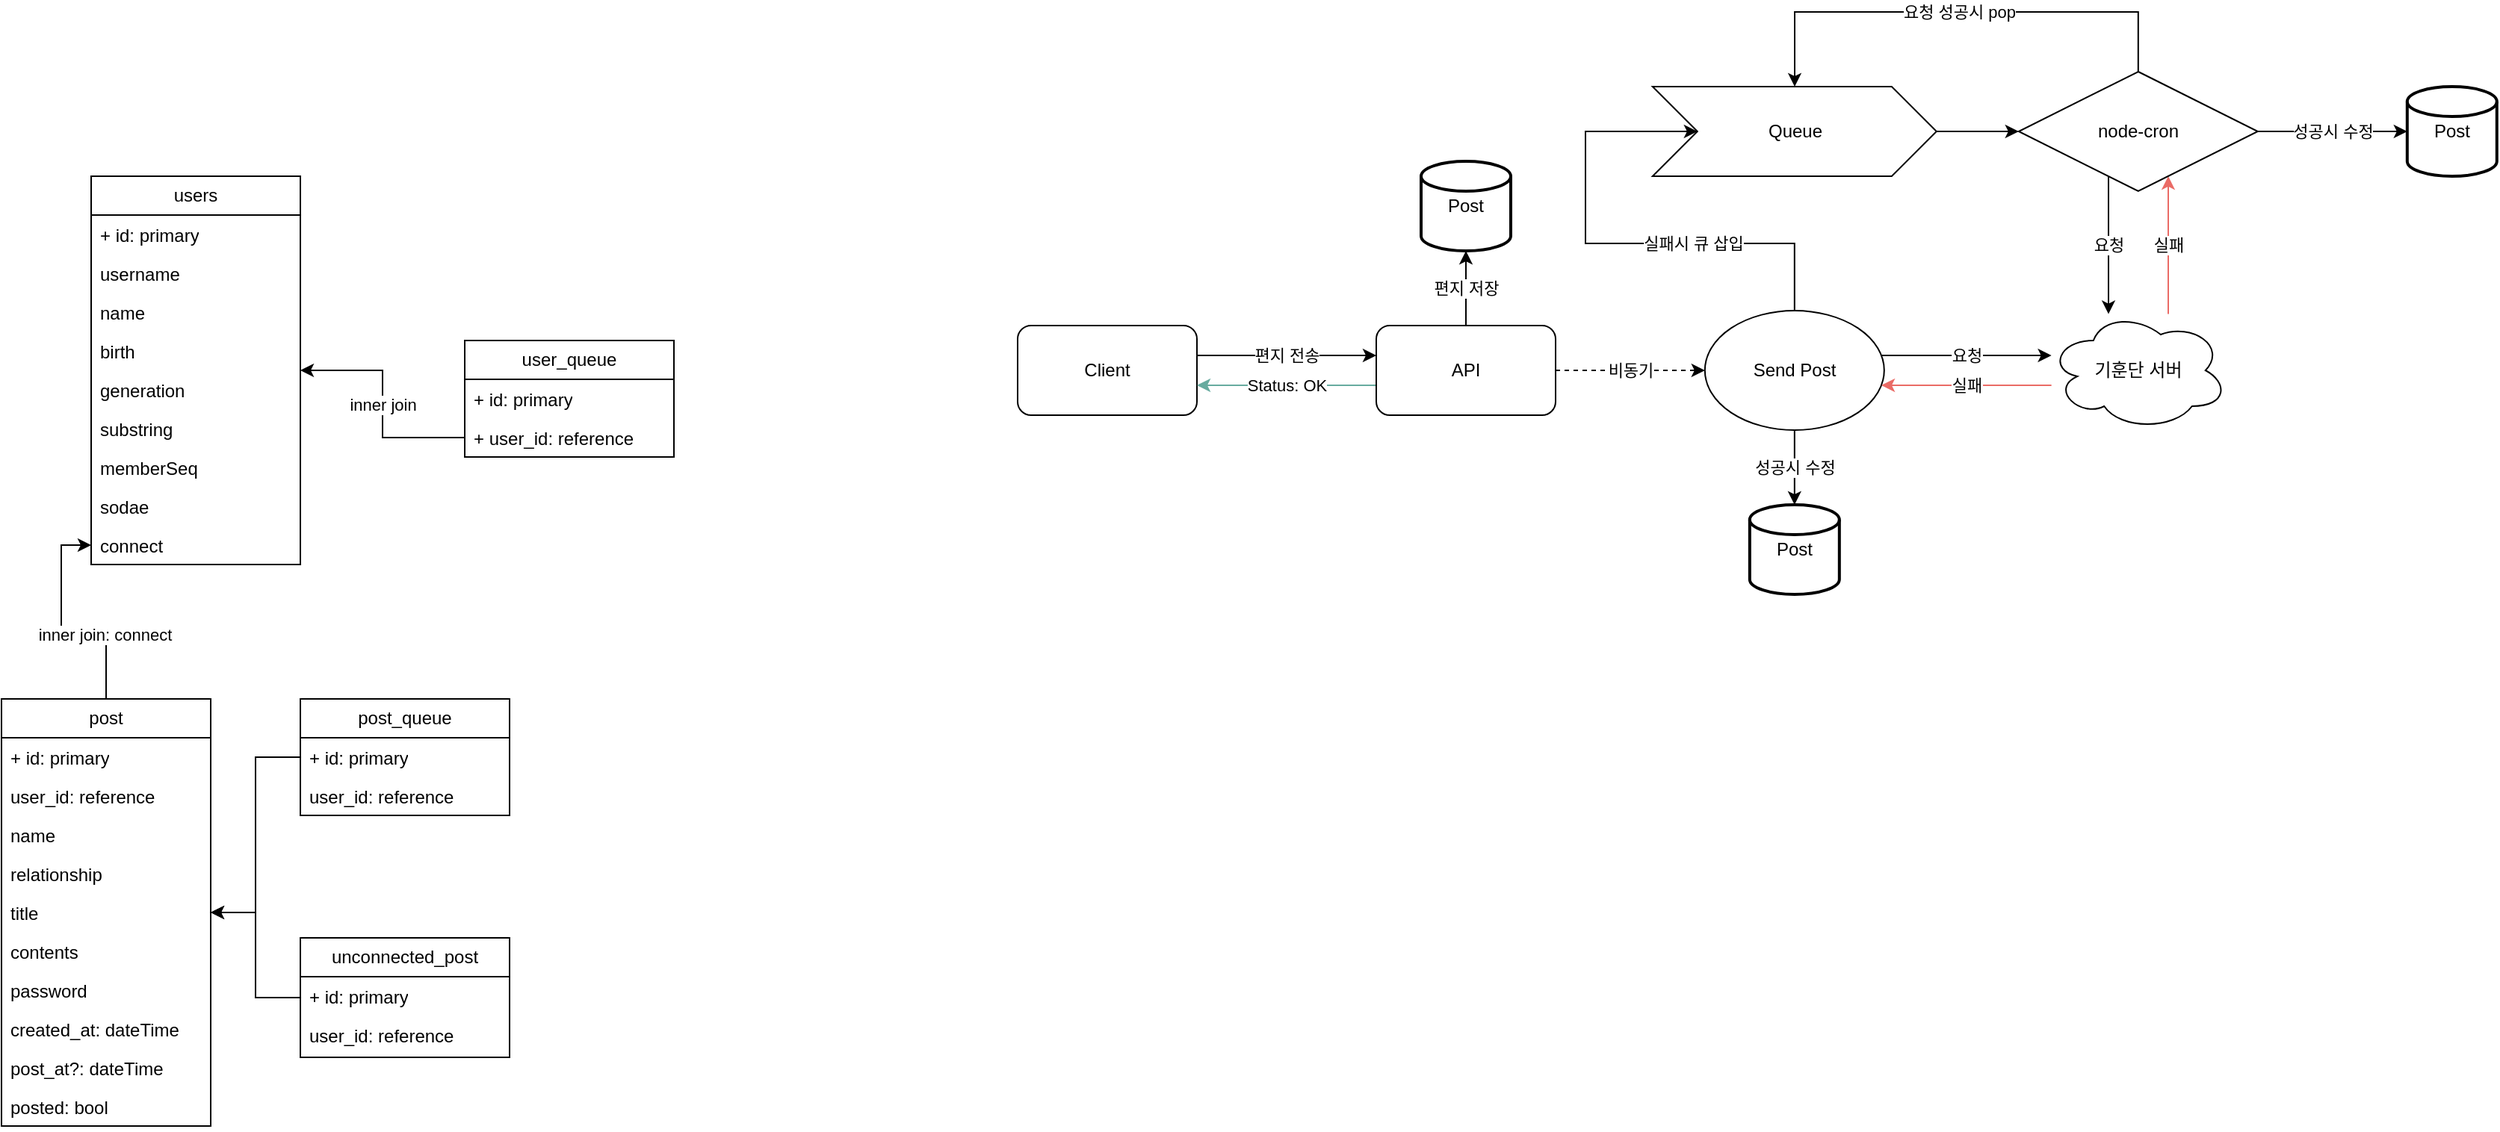
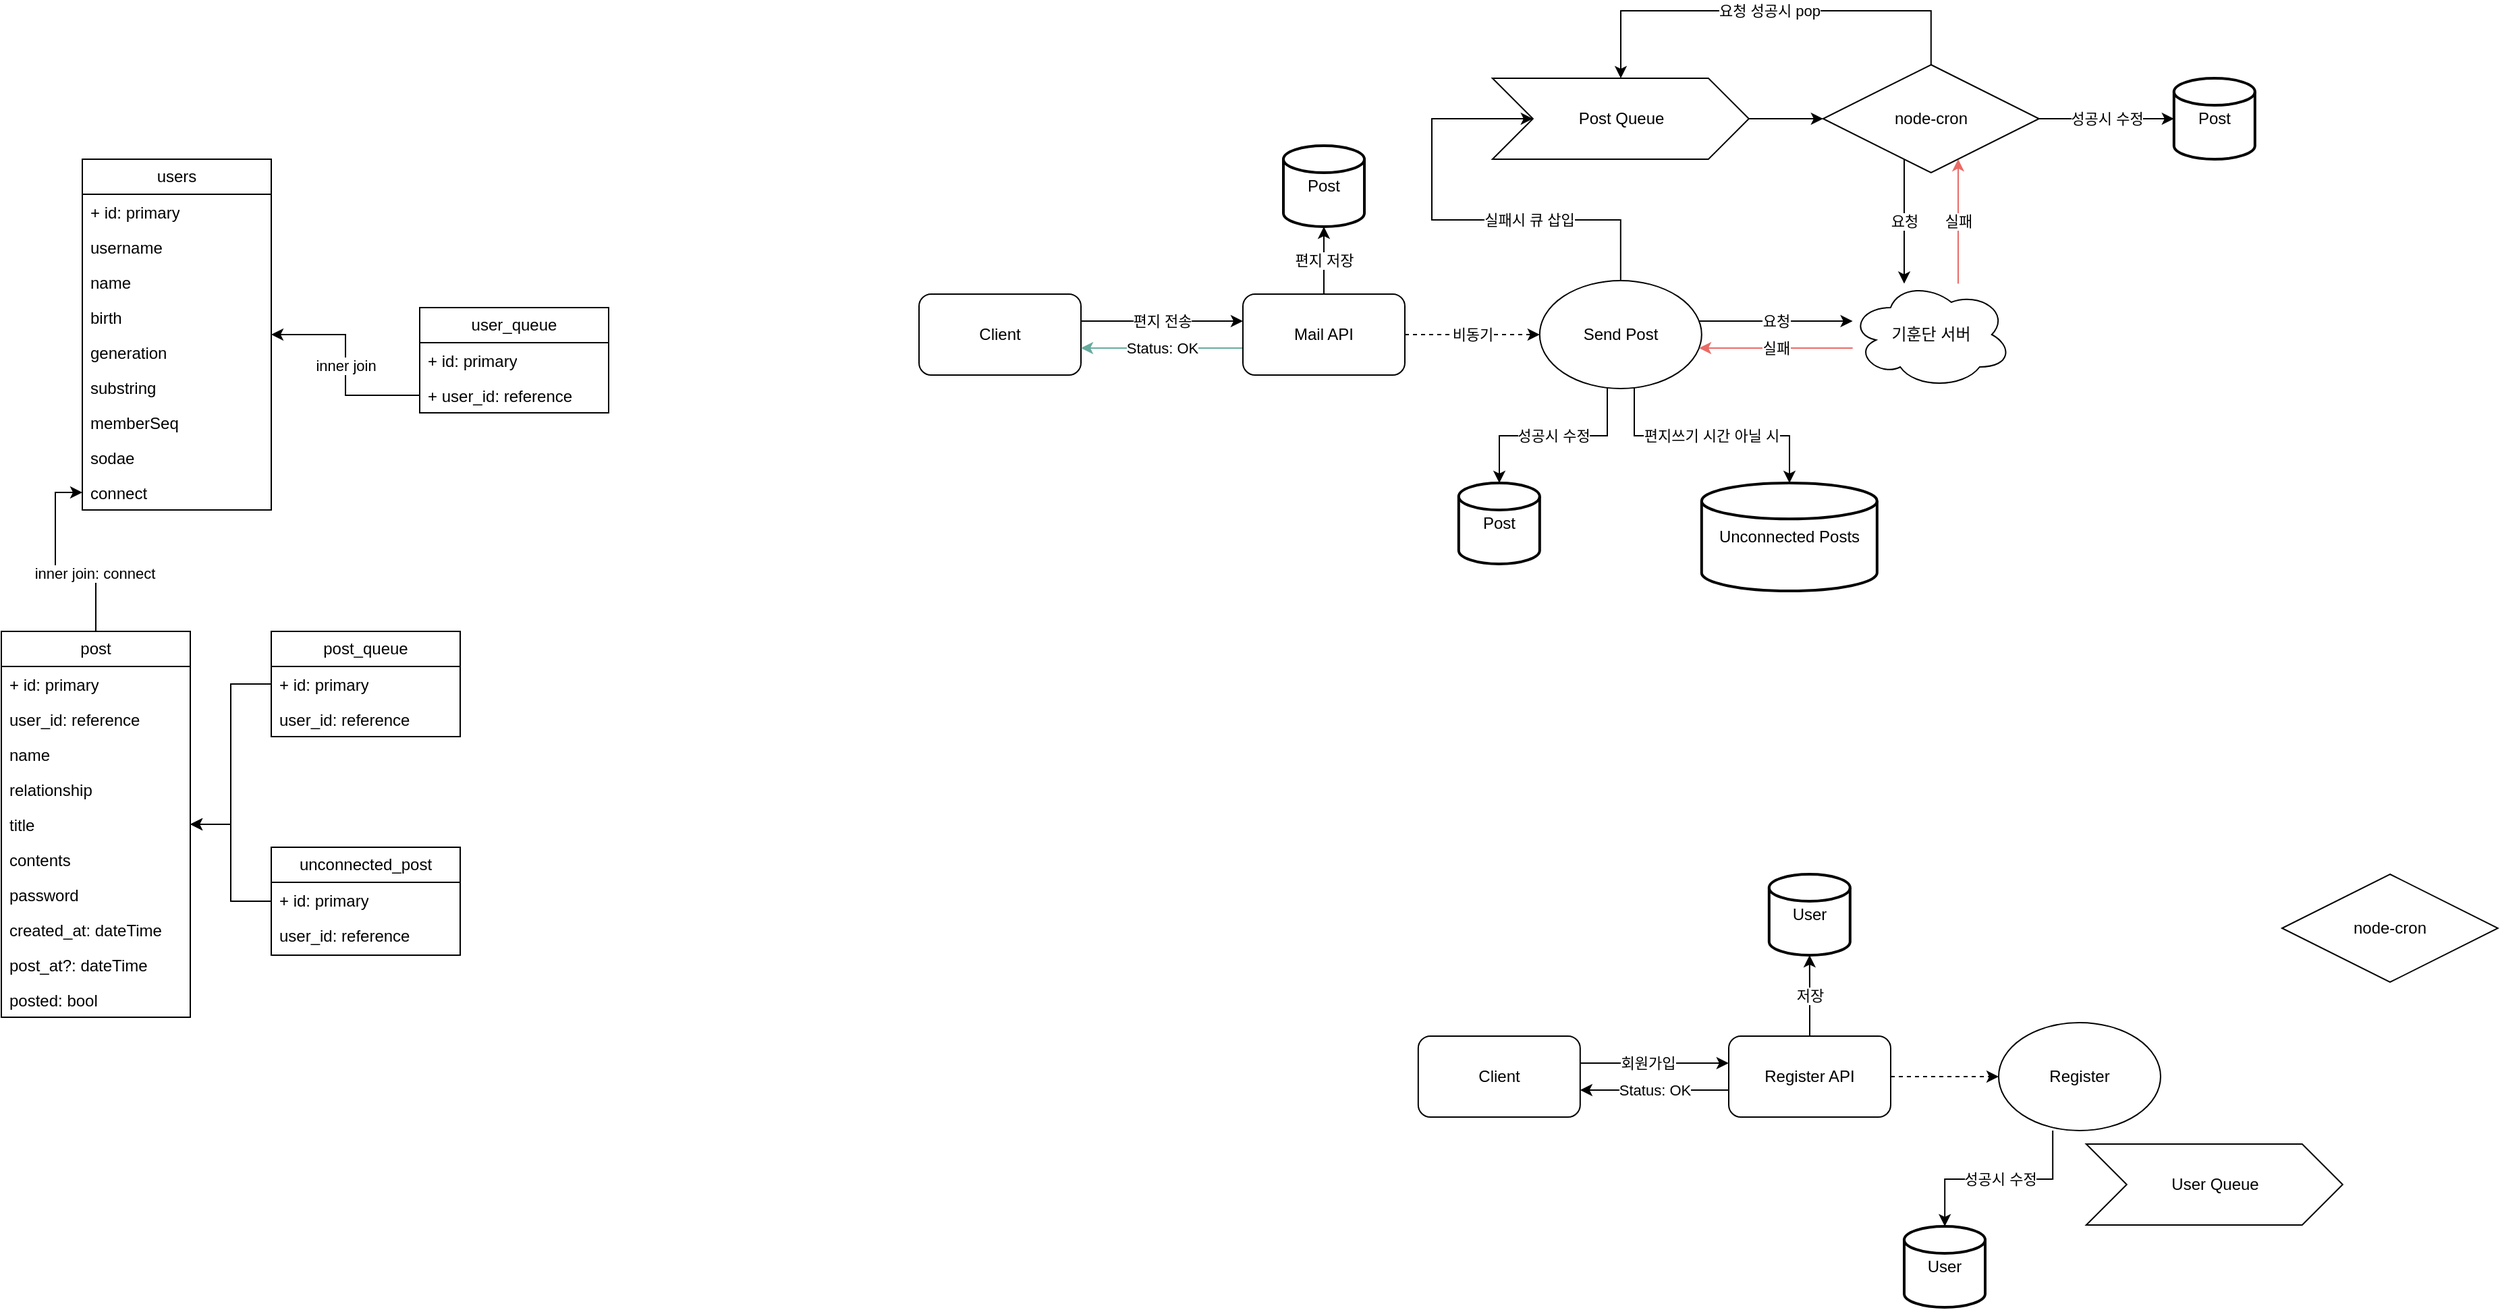
- <mxfile host="app.diagrams.net" modified="2024-04-08T14:29:32.790Z" agent="Mozilla/5.0 (X11; Linux x86_64) AppleWebKit/537.36 (KHTML, like Gecko) Chrome/109.0.0.0 Safari/537.36" etag="EEj_3m9puOMdSXRLdxun" version="24.2.2" type="github">
+ <mxfile host="app.diagrams.net" modified="2024-04-08T14:36:32.061Z" agent="Mozilla/5.0 (X11; Linux x86_64) AppleWebKit/537.36 (KHTML, like Gecko) Chrome/109.0.0.0 Safari/537.36" etag="P0kEHfpWWUKo5fZqViwO" version="24.2.2" type="github">
  <diagram name="페이지-1" id="YYIqQqlZSumYDMB_ZiYN">
-     <mxGraphModel dx="1195" dy="647" grid="1" gridSize="10" guides="1" tooltips="1" connect="1" arrows="1" fold="1" page="1" pageScale="1" pageWidth="827" pageHeight="1169" math="0" shadow="0">
+     <mxGraphModel dx="1434" dy="776" grid="1" gridSize="10" guides="1" tooltips="1" connect="1" arrows="1" fold="1" page="1" pageScale="1" pageWidth="827" pageHeight="1169" math="0" shadow="0">
      <root>
        <mxCell id="0" />
        <mxCell id="1" parent="0" />
        <mxCell id="AZsRamwOxZUp80OkMe_C-2" value="users" style="swimlane;fontStyle=0;childLayout=stackLayout;horizontal=1;startSize=26;fillColor=none;horizontalStack=0;resizeParent=1;resizeParentMax=0;resizeLast=0;collapsible=1;marginBottom=0;whiteSpace=wrap;html=1;" parent="1" vertex="1">
          <mxGeometry x="140" y="250" width="140" height="260" as="geometry" />
        </mxCell>
        <mxCell id="AZsRamwOxZUp80OkMe_C-3" value="+ id: primary" style="text;strokeColor=none;fillColor=none;align=left;verticalAlign=top;spacingLeft=4;spacingRight=4;overflow=hidden;rotatable=0;points=[[0,0.5],[1,0.5]];portConstraint=eastwest;whiteSpace=wrap;html=1;" parent="AZsRamwOxZUp80OkMe_C-2" vertex="1">
          <mxGeometry y="26" width="140" height="26" as="geometry" />
        </mxCell>
        <mxCell id="AZsRamwOxZUp80OkMe_C-4" value="username" style="text;strokeColor=none;fillColor=none;align=left;verticalAlign=top;spacingLeft=4;spacingRight=4;overflow=hidden;rotatable=0;points=[[0,0.5],[1,0.5]];portConstraint=eastwest;whiteSpace=wrap;html=1;" parent="AZsRamwOxZUp80OkMe_C-2" vertex="1">
          <mxGeometry y="52" width="140" height="26" as="geometry" />
        </mxCell>
        <mxCell id="AZsRamwOxZUp80OkMe_C-5" value="name" style="text;strokeColor=none;fillColor=none;align=left;verticalAlign=top;spacingLeft=4;spacingRight=4;overflow=hidden;rotatable=0;points=[[0,0.5],[1,0.5]];portConstraint=eastwest;whiteSpace=wrap;html=1;" parent="AZsRamwOxZUp80OkMe_C-2" vertex="1">
          <mxGeometry y="78" width="140" height="26" as="geometry" />
        </mxCell>
        <mxCell id="AZsRamwOxZUp80OkMe_C-10" value="birth" style="text;strokeColor=none;fillColor=none;align=left;verticalAlign=top;spacingLeft=4;spacingRight=4;overflow=hidden;rotatable=0;points=[[0,0.5],[1,0.5]];portConstraint=eastwest;whiteSpace=wrap;html=1;" parent="AZsRamwOxZUp80OkMe_C-2" vertex="1">
          <mxGeometry y="104" width="140" height="26" as="geometry" />
        </mxCell>
        <mxCell id="AZsRamwOxZUp80OkMe_C-11" value="generation" style="text;strokeColor=none;fillColor=none;align=left;verticalAlign=top;spacingLeft=4;spacingRight=4;overflow=hidden;rotatable=0;points=[[0,0.5],[1,0.5]];portConstraint=eastwest;whiteSpace=wrap;html=1;" parent="AZsRamwOxZUp80OkMe_C-2" vertex="1">
          <mxGeometry y="130" width="140" height="26" as="geometry" />
        </mxCell>
        <mxCell id="AZsRamwOxZUp80OkMe_C-12" value="substring" style="text;strokeColor=none;fillColor=none;align=left;verticalAlign=top;spacingLeft=4;spacingRight=4;overflow=hidden;rotatable=0;points=[[0,0.5],[1,0.5]];portConstraint=eastwest;whiteSpace=wrap;html=1;" parent="AZsRamwOxZUp80OkMe_C-2" vertex="1">
          <mxGeometry y="156" width="140" height="26" as="geometry" />
        </mxCell>
        <mxCell id="AZsRamwOxZUp80OkMe_C-15" value="memberSeq" style="text;strokeColor=none;fillColor=none;align=left;verticalAlign=top;spacingLeft=4;spacingRight=4;overflow=hidden;rotatable=0;points=[[0,0.5],[1,0.5]];portConstraint=eastwest;whiteSpace=wrap;html=1;" parent="AZsRamwOxZUp80OkMe_C-2" vertex="1">
          <mxGeometry y="182" width="140" height="26" as="geometry" />
        </mxCell>
        <mxCell id="AZsRamwOxZUp80OkMe_C-14" value="sodae" style="text;strokeColor=none;fillColor=none;align=left;verticalAlign=top;spacingLeft=4;spacingRight=4;overflow=hidden;rotatable=0;points=[[0,0.5],[1,0.5]];portConstraint=eastwest;whiteSpace=wrap;html=1;" parent="AZsRamwOxZUp80OkMe_C-2" vertex="1">
          <mxGeometry y="208" width="140" height="26" as="geometry" />
        </mxCell>
        <mxCell id="AZsRamwOxZUp80OkMe_C-16" value="connect" style="text;strokeColor=none;fillColor=none;align=left;verticalAlign=top;spacingLeft=4;spacingRight=4;overflow=hidden;rotatable=0;points=[[0,0.5],[1,0.5]];portConstraint=eastwest;whiteSpace=wrap;html=1;" parent="AZsRamwOxZUp80OkMe_C-2" vertex="1">
          <mxGeometry y="234" width="140" height="26" as="geometry" />
        </mxCell>
        <mxCell id="AZsRamwOxZUp80OkMe_C-6" value="user_queue" style="swimlane;fontStyle=0;childLayout=stackLayout;horizontal=1;startSize=26;fillColor=none;horizontalStack=0;resizeParent=1;resizeParentMax=0;resizeLast=0;collapsible=1;marginBottom=0;whiteSpace=wrap;html=1;" parent="1" vertex="1">
          <mxGeometry x="390" y="360" width="140" height="78" as="geometry" />
        </mxCell>
        <mxCell id="AZsRamwOxZUp80OkMe_C-18" value="+ id: primary" style="text;strokeColor=none;fillColor=none;align=left;verticalAlign=top;spacingLeft=4;spacingRight=4;overflow=hidden;rotatable=0;points=[[0,0.5],[1,0.5]];portConstraint=eastwest;whiteSpace=wrap;html=1;" parent="AZsRamwOxZUp80OkMe_C-6" vertex="1">
          <mxGeometry y="26" width="140" height="26" as="geometry" />
        </mxCell>
        <mxCell id="AZsRamwOxZUp80OkMe_C-7" value="+ user_id: reference" style="text;strokeColor=none;fillColor=none;align=left;verticalAlign=top;spacingLeft=4;spacingRight=4;overflow=hidden;rotatable=0;points=[[0,0.5],[1,0.5]];portConstraint=eastwest;whiteSpace=wrap;html=1;" parent="AZsRamwOxZUp80OkMe_C-6" vertex="1">
          <mxGeometry y="52" width="140" height="26" as="geometry" />
        </mxCell>
        <mxCell id="AZsRamwOxZUp80OkMe_C-19" value="inner join" style="edgeStyle=orthogonalEdgeStyle;rounded=0;orthogonalLoop=1;jettySize=auto;html=1;" parent="1" source="AZsRamwOxZUp80OkMe_C-7" target="AZsRamwOxZUp80OkMe_C-2" edge="1">
          <mxGeometry relative="1" as="geometry" />
        </mxCell>
        <mxCell id="F6sanjwA14LKa2ckui42-2" style="edgeStyle=orthogonalEdgeStyle;rounded=0;orthogonalLoop=1;jettySize=auto;html=1;" parent="1" source="AZsRamwOxZUp80OkMe_C-20" target="AZsRamwOxZUp80OkMe_C-16" edge="1">
          <mxGeometry relative="1" as="geometry" />
        </mxCell>
        <mxCell id="F6sanjwA14LKa2ckui42-3" value="inner join: connect" style="edgeLabel;html=1;align=center;verticalAlign=middle;resizable=0;points=[];" parent="F6sanjwA14LKa2ckui42-2" vertex="1" connectable="0">
          <mxGeometry x="-0.4284" y="1" relative="1" as="geometry">
            <mxPoint as="offset" />
          </mxGeometry>
        </mxCell>
        <mxCell id="AZsRamwOxZUp80OkMe_C-20" value="post" style="swimlane;fontStyle=0;childLayout=stackLayout;horizontal=1;startSize=26;fillColor=none;horizontalStack=0;resizeParent=1;resizeParentMax=0;resizeLast=0;collapsible=1;marginBottom=0;whiteSpace=wrap;html=1;" parent="1" vertex="1">
          <mxGeometry x="80" y="600" width="140" height="286" as="geometry" />
        </mxCell>
        <mxCell id="AZsRamwOxZUp80OkMe_C-21" value="+ id: primary" style="text;strokeColor=none;fillColor=none;align=left;verticalAlign=top;spacingLeft=4;spacingRight=4;overflow=hidden;rotatable=0;points=[[0,0.5],[1,0.5]];portConstraint=eastwest;whiteSpace=wrap;html=1;" parent="AZsRamwOxZUp80OkMe_C-20" vertex="1">
          <mxGeometry y="26" width="140" height="26" as="geometry" />
        </mxCell>
        <mxCell id="AZsRamwOxZUp80OkMe_C-22" value="user_id: reference" style="text;strokeColor=none;fillColor=none;align=left;verticalAlign=top;spacingLeft=4;spacingRight=4;overflow=hidden;rotatable=0;points=[[0,0.5],[1,0.5]];portConstraint=eastwest;whiteSpace=wrap;html=1;" parent="AZsRamwOxZUp80OkMe_C-20" vertex="1">
          <mxGeometry y="52" width="140" height="26" as="geometry" />
        </mxCell>
        <mxCell id="AZsRamwOxZUp80OkMe_C-23" value="name" style="text;strokeColor=none;fillColor=none;align=left;verticalAlign=top;spacingLeft=4;spacingRight=4;overflow=hidden;rotatable=0;points=[[0,0.5],[1,0.5]];portConstraint=eastwest;whiteSpace=wrap;html=1;" parent="AZsRamwOxZUp80OkMe_C-20" vertex="1">
          <mxGeometry y="78" width="140" height="26" as="geometry" />
        </mxCell>
        <mxCell id="AZsRamwOxZUp80OkMe_C-24" value="relationship" style="text;strokeColor=none;fillColor=none;align=left;verticalAlign=top;spacingLeft=4;spacingRight=4;overflow=hidden;rotatable=0;points=[[0,0.5],[1,0.5]];portConstraint=eastwest;whiteSpace=wrap;html=1;" parent="AZsRamwOxZUp80OkMe_C-20" vertex="1">
          <mxGeometry y="104" width="140" height="26" as="geometry" />
        </mxCell>
        <mxCell id="AZsRamwOxZUp80OkMe_C-25" value="title" style="text;strokeColor=none;fillColor=none;align=left;verticalAlign=top;spacingLeft=4;spacingRight=4;overflow=hidden;rotatable=0;points=[[0,0.5],[1,0.5]];portConstraint=eastwest;whiteSpace=wrap;html=1;" parent="AZsRamwOxZUp80OkMe_C-20" vertex="1">
          <mxGeometry y="130" width="140" height="26" as="geometry" />
        </mxCell>
        <mxCell id="AZsRamwOxZUp80OkMe_C-26" value="contents" style="text;strokeColor=none;fillColor=none;align=left;verticalAlign=top;spacingLeft=4;spacingRight=4;overflow=hidden;rotatable=0;points=[[0,0.5],[1,0.5]];portConstraint=eastwest;whiteSpace=wrap;html=1;" parent="AZsRamwOxZUp80OkMe_C-20" vertex="1">
          <mxGeometry y="156" width="140" height="26" as="geometry" />
        </mxCell>
        <mxCell id="AZsRamwOxZUp80OkMe_C-27" value="password" style="text;strokeColor=none;fillColor=none;align=left;verticalAlign=top;spacingLeft=4;spacingRight=4;overflow=hidden;rotatable=0;points=[[0,0.5],[1,0.5]];portConstraint=eastwest;whiteSpace=wrap;html=1;" parent="AZsRamwOxZUp80OkMe_C-20" vertex="1">
          <mxGeometry y="182" width="140" height="26" as="geometry" />
        </mxCell>
        <mxCell id="AZsRamwOxZUp80OkMe_C-28" value="created_at: dateTime" style="text;strokeColor=none;fillColor=none;align=left;verticalAlign=top;spacingLeft=4;spacingRight=4;overflow=hidden;rotatable=0;points=[[0,0.5],[1,0.5]];portConstraint=eastwest;whiteSpace=wrap;html=1;" parent="AZsRamwOxZUp80OkMe_C-20" vertex="1">
          <mxGeometry y="208" width="140" height="26" as="geometry" />
        </mxCell>
        <mxCell id="AZsRamwOxZUp80OkMe_C-41" value="post_at?: dateTime" style="text;strokeColor=none;fillColor=none;align=left;verticalAlign=top;spacingLeft=4;spacingRight=4;overflow=hidden;rotatable=0;points=[[0,0.5],[1,0.5]];portConstraint=eastwest;whiteSpace=wrap;html=1;" parent="AZsRamwOxZUp80OkMe_C-20" vertex="1">
          <mxGeometry y="234" width="140" height="26" as="geometry" />
        </mxCell>
        <mxCell id="AZsRamwOxZUp80OkMe_C-42" value="posted: bool" style="text;strokeColor=none;fillColor=none;align=left;verticalAlign=top;spacingLeft=4;spacingRight=4;overflow=hidden;rotatable=0;points=[[0,0.5],[1,0.5]];portConstraint=eastwest;whiteSpace=wrap;html=1;" parent="AZsRamwOxZUp80OkMe_C-20" vertex="1">
          <mxGeometry y="260" width="140" height="26" as="geometry" />
        </mxCell>
        <mxCell id="F6sanjwA14LKa2ckui42-4" style="edgeStyle=orthogonalEdgeStyle;rounded=0;orthogonalLoop=1;jettySize=auto;html=1;" parent="1" source="AZsRamwOxZUp80OkMe_C-30" target="AZsRamwOxZUp80OkMe_C-20" edge="1">
          <mxGeometry relative="1" as="geometry" />
        </mxCell>
        <mxCell id="AZsRamwOxZUp80OkMe_C-30" value="post_queue" style="swimlane;fontStyle=0;childLayout=stackLayout;horizontal=1;startSize=26;fillColor=none;horizontalStack=0;resizeParent=1;resizeParentMax=0;resizeLast=0;collapsible=1;marginBottom=0;whiteSpace=wrap;html=1;" parent="1" vertex="1">
          <mxGeometry x="280" y="600" width="140" height="78" as="geometry" />
        </mxCell>
        <mxCell id="AZsRamwOxZUp80OkMe_C-31" value="+ id: primary" style="text;strokeColor=none;fillColor=none;align=left;verticalAlign=top;spacingLeft=4;spacingRight=4;overflow=hidden;rotatable=0;points=[[0,0.5],[1,0.5]];portConstraint=eastwest;whiteSpace=wrap;html=1;" parent="AZsRamwOxZUp80OkMe_C-30" vertex="1">
          <mxGeometry y="26" width="140" height="26" as="geometry" />
        </mxCell>
        <mxCell id="AZsRamwOxZUp80OkMe_C-32" value="user_id: reference" style="text;strokeColor=none;fillColor=none;align=left;verticalAlign=top;spacingLeft=4;spacingRight=4;overflow=hidden;rotatable=0;points=[[0,0.5],[1,0.5]];portConstraint=eastwest;whiteSpace=wrap;html=1;" parent="AZsRamwOxZUp80OkMe_C-30" vertex="1">
          <mxGeometry y="52" width="140" height="26" as="geometry" />
        </mxCell>
        <mxCell id="F6sanjwA14LKa2ckui42-5" style="edgeStyle=orthogonalEdgeStyle;rounded=0;orthogonalLoop=1;jettySize=auto;html=1;" parent="1" source="AZsRamwOxZUp80OkMe_C-46" target="AZsRamwOxZUp80OkMe_C-20" edge="1">
          <mxGeometry relative="1" as="geometry" />
        </mxCell>
        <mxCell id="AZsRamwOxZUp80OkMe_C-46" value="unconnected_post" style="swimlane;fontStyle=0;childLayout=stackLayout;horizontal=1;startSize=26;fillColor=none;horizontalStack=0;resizeParent=1;resizeParentMax=0;resizeLast=0;collapsible=1;marginBottom=0;whiteSpace=wrap;html=1;" parent="1" vertex="1">
          <mxGeometry x="280" y="760" width="140" height="80" as="geometry" />
        </mxCell>
        <mxCell id="AZsRamwOxZUp80OkMe_C-47" value="+ id: primary" style="text;strokeColor=none;fillColor=none;align=left;verticalAlign=top;spacingLeft=4;spacingRight=4;overflow=hidden;rotatable=0;points=[[0,0.5],[1,0.5]];portConstraint=eastwest;whiteSpace=wrap;html=1;" parent="AZsRamwOxZUp80OkMe_C-46" vertex="1">
          <mxGeometry y="26" width="140" height="26" as="geometry" />
        </mxCell>
        <mxCell id="AZsRamwOxZUp80OkMe_C-48" value="user_id: reference" style="text;strokeColor=none;fillColor=none;align=left;verticalAlign=top;spacingLeft=4;spacingRight=4;overflow=hidden;rotatable=0;points=[[0,0.5],[1,0.5]];portConstraint=eastwest;whiteSpace=wrap;html=1;" parent="AZsRamwOxZUp80OkMe_C-46" vertex="1">
          <mxGeometry y="52" width="140" height="28" as="geometry" />
        </mxCell>
        <mxCell id="TXcI-fBlLuWAS2TPfB02-3" value="요청" style="edgeStyle=orthogonalEdgeStyle;rounded=0;orthogonalLoop=1;jettySize=auto;html=1;" edge="1" parent="1" source="TXcI-fBlLuWAS2TPfB02-1" target="TXcI-fBlLuWAS2TPfB02-2">
          <mxGeometry relative="1" as="geometry">
            <Array as="points">
              <mxPoint x="1389.91" y="370" />
              <mxPoint x="1389.91" y="370" />
            </Array>
          </mxGeometry>
        </mxCell>
        <mxCell id="TXcI-fBlLuWAS2TPfB02-5" value="" style="edgeStyle=orthogonalEdgeStyle;rounded=0;orthogonalLoop=1;jettySize=auto;html=1;entryX=0;entryY=0.5;entryDx=30;entryDy=0;entryPerimeter=0;curved=0;" edge="1" parent="1" source="TXcI-fBlLuWAS2TPfB02-1" target="TXcI-fBlLuWAS2TPfB02-9">
          <mxGeometry relative="1" as="geometry">
            <mxPoint x="1279.91" y="280" as="targetPoint" />
            <Array as="points">
              <mxPoint x="1280" y="295" />
              <mxPoint x="1140" y="295" />
              <mxPoint x="1140" y="220" />
            </Array>
          </mxGeometry>
        </mxCell>
        <mxCell id="TXcI-fBlLuWAS2TPfB02-33" value="실패시 큐 삽입" style="edgeLabel;html=1;align=center;verticalAlign=middle;resizable=0;points=[];" vertex="1" connectable="0" parent="TXcI-fBlLuWAS2TPfB02-5">
          <mxGeometry x="-0.3238" relative="1" as="geometry">
            <mxPoint as="offset" />
          </mxGeometry>
        </mxCell>
        <mxCell id="TXcI-fBlLuWAS2TPfB02-31" value="성공시 수정" style="edgeStyle=orthogonalEdgeStyle;rounded=0;orthogonalLoop=1;jettySize=auto;html=1;" edge="1" parent="1" source="TXcI-fBlLuWAS2TPfB02-1" target="TXcI-fBlLuWAS2TPfB02-29">
-           <mxGeometry relative="1" as="geometry" />
+           <mxGeometry relative="1" as="geometry">
+             <Array as="points">
+               <mxPoint x="1270" y="455" />
+               <mxPoint x="1190" y="455" />
+             </Array>
+           </mxGeometry>
+         </mxCell>
+         <mxCell id="TXcI-fBlLuWAS2TPfB02-51" value="편지쓰기 시간 아닐 시" style="edgeStyle=orthogonalEdgeStyle;rounded=0;orthogonalLoop=1;jettySize=auto;html=1;" edge="1" parent="1" source="TXcI-fBlLuWAS2TPfB02-1" target="TXcI-fBlLuWAS2TPfB02-50">
+           <mxGeometry relative="1" as="geometry">
+             <Array as="points">
+               <mxPoint x="1290" y="455" />
+               <mxPoint x="1405" y="455" />
+             </Array>
+           </mxGeometry>
        </mxCell>
        <mxCell id="TXcI-fBlLuWAS2TPfB02-1" value="Send Post" style="ellipse;whiteSpace=wrap;html=1;" vertex="1" parent="1">
          <mxGeometry x="1219.91" y="340" width="120" height="80" as="geometry" />
        </mxCell>
        <mxCell id="TXcI-fBlLuWAS2TPfB02-6" value="실패" style="edgeStyle=orthogonalEdgeStyle;rounded=0;orthogonalLoop=1;jettySize=auto;html=1;strokeColor=#EA6B66;" edge="1" parent="1" source="TXcI-fBlLuWAS2TPfB02-2" target="TXcI-fBlLuWAS2TPfB02-1">
          <mxGeometry relative="1" as="geometry">
            <Array as="points">
              <mxPoint x="1389.91" y="390" />
              <mxPoint x="1389.91" y="390" />
            </Array>
          </mxGeometry>
        </mxCell>
        <mxCell id="TXcI-fBlLuWAS2TPfB02-35" value="실패" style="edgeStyle=orthogonalEdgeStyle;rounded=0;orthogonalLoop=1;jettySize=auto;html=1;strokeColor=#EA6B66;" edge="1" parent="1" source="TXcI-fBlLuWAS2TPfB02-2" target="TXcI-fBlLuWAS2TPfB02-27">
          <mxGeometry relative="1" as="geometry">
            <Array as="points">
              <mxPoint x="1530" y="300" />
              <mxPoint x="1530" y="300" />
            </Array>
          </mxGeometry>
        </mxCell>
        <mxCell id="TXcI-fBlLuWAS2TPfB02-2" value="기훈단 서버" style="ellipse;shape=cloud;whiteSpace=wrap;html=1;" vertex="1" parent="1">
          <mxGeometry x="1449.91" y="340" width="120" height="80" as="geometry" />
        </mxCell>
        <mxCell id="TXcI-fBlLuWAS2TPfB02-11" style="edgeStyle=orthogonalEdgeStyle;rounded=0;orthogonalLoop=1;jettySize=auto;html=1;" edge="1" parent="1" source="TXcI-fBlLuWAS2TPfB02-9" target="TXcI-fBlLuWAS2TPfB02-27">
          <mxGeometry relative="1" as="geometry">
            <mxPoint x="1449.9099999999999" y="220" as="targetPoint" />
            <Array as="points" />
          </mxGeometry>
        </mxCell>
-         <mxCell id="TXcI-fBlLuWAS2TPfB02-9" value="Queue" style="html=1;shadow=0;dashed=0;align=center;verticalAlign=middle;shape=mxgraph.arrows2.arrow;dy=0;dx=30;notch=30;" vertex="1" parent="1">
+         <mxCell id="TXcI-fBlLuWAS2TPfB02-9" value="Post Queue" style="html=1;shadow=0;dashed=0;align=center;verticalAlign=middle;shape=mxgraph.arrows2.arrow;dy=0;dx=30;notch=30;" vertex="1" parent="1">
          <mxGeometry x="1184.91" y="190" width="190" height="60" as="geometry" />
        </mxCell>
        <mxCell id="TXcI-fBlLuWAS2TPfB02-13" value="요청" style="edgeStyle=orthogonalEdgeStyle;rounded=0;orthogonalLoop=1;jettySize=auto;html=1;" edge="1" parent="1" source="TXcI-fBlLuWAS2TPfB02-27" target="TXcI-fBlLuWAS2TPfB02-2">
          <mxGeometry relative="1" as="geometry">
            <mxPoint x="1509.9099999999999" y="250" as="sourcePoint" />
            <Array as="points">
              <mxPoint x="1490" y="290" />
              <mxPoint x="1490" y="290" />
            </Array>
          </mxGeometry>
        </mxCell>
        <mxCell id="TXcI-fBlLuWAS2TPfB02-15" value="성공시 수정" style="edgeStyle=orthogonalEdgeStyle;rounded=0;orthogonalLoop=1;jettySize=auto;html=1;" edge="1" parent="1" source="TXcI-fBlLuWAS2TPfB02-27" target="TXcI-fBlLuWAS2TPfB02-14">
          <mxGeometry relative="1" as="geometry">
            <mxPoint x="1569.9099999999999" y="220" as="sourcePoint" />
            <Array as="points" />
          </mxGeometry>
        </mxCell>
        <mxCell id="TXcI-fBlLuWAS2TPfB02-14" value="Post" style="strokeWidth=2;html=1;shape=mxgraph.flowchart.database;whiteSpace=wrap;" vertex="1" parent="1">
          <mxGeometry x="1689.91" y="190" width="60" height="60" as="geometry" />
        </mxCell>
        <mxCell id="TXcI-fBlLuWAS2TPfB02-21" value="편지 전송" style="edgeStyle=orthogonalEdgeStyle;rounded=0;orthogonalLoop=1;jettySize=auto;html=1;" edge="1" parent="1" source="TXcI-fBlLuWAS2TPfB02-19" target="TXcI-fBlLuWAS2TPfB02-22">
          <mxGeometry relative="1" as="geometry">
            <mxPoint x="970" y="380" as="targetPoint" />
            <Array as="points">
              <mxPoint x="960" y="370" />
              <mxPoint x="960" y="370" />
            </Array>
          </mxGeometry>
        </mxCell>
        <mxCell id="TXcI-fBlLuWAS2TPfB02-19" value="Client" style="rounded=1;whiteSpace=wrap;html=1;" vertex="1" parent="1">
          <mxGeometry x="760" y="350" width="120" height="60" as="geometry" />
        </mxCell>
        <mxCell id="TXcI-fBlLuWAS2TPfB02-20" value="Post" style="strokeWidth=2;html=1;shape=mxgraph.flowchart.database;whiteSpace=wrap;" vertex="1" parent="1">
          <mxGeometry x="1030" y="240" width="60" height="60" as="geometry" />
        </mxCell>
        <mxCell id="TXcI-fBlLuWAS2TPfB02-23" value="편지 저장" style="edgeStyle=orthogonalEdgeStyle;rounded=0;orthogonalLoop=1;jettySize=auto;html=1;" edge="1" parent="1" source="TXcI-fBlLuWAS2TPfB02-22" target="TXcI-fBlLuWAS2TPfB02-20">
          <mxGeometry relative="1" as="geometry" />
        </mxCell>
        <mxCell id="TXcI-fBlLuWAS2TPfB02-24" value="비동기" style="edgeStyle=orthogonalEdgeStyle;rounded=0;orthogonalLoop=1;jettySize=auto;html=1;dashed=1;" edge="1" parent="1" source="TXcI-fBlLuWAS2TPfB02-22" target="TXcI-fBlLuWAS2TPfB02-1">
          <mxGeometry relative="1" as="geometry" />
        </mxCell>
        <mxCell id="TXcI-fBlLuWAS2TPfB02-26" value="Status: OK" style="edgeStyle=orthogonalEdgeStyle;rounded=0;orthogonalLoop=1;jettySize=auto;html=1;strokeColor=#67AB9F;" edge="1" parent="1" source="TXcI-fBlLuWAS2TPfB02-22" target="TXcI-fBlLuWAS2TPfB02-19">
          <mxGeometry relative="1" as="geometry">
            <Array as="points">
              <mxPoint x="960" y="390" />
              <mxPoint x="960" y="390" />
            </Array>
          </mxGeometry>
        </mxCell>
-         <mxCell id="TXcI-fBlLuWAS2TPfB02-22" value="API" style="rounded=1;whiteSpace=wrap;html=1;" vertex="1" parent="1">
+         <mxCell id="TXcI-fBlLuWAS2TPfB02-22" value="Mail API" style="rounded=1;whiteSpace=wrap;html=1;" vertex="1" parent="1">
          <mxGeometry x="1000" y="350" width="120" height="60" as="geometry" />
        </mxCell>
        <mxCell id="TXcI-fBlLuWAS2TPfB02-37" value="요청 성공시 pop" style="edgeStyle=orthogonalEdgeStyle;rounded=0;orthogonalLoop=1;jettySize=auto;html=1;" edge="1" parent="1" source="TXcI-fBlLuWAS2TPfB02-27" target="TXcI-fBlLuWAS2TPfB02-9">
          <mxGeometry relative="1" as="geometry">
            <Array as="points">
              <mxPoint x="1510" y="140" />
              <mxPoint x="1280" y="140" />
            </Array>
          </mxGeometry>
        </mxCell>
        <mxCell id="TXcI-fBlLuWAS2TPfB02-27" value="node-cron" style="rhombus;whiteSpace=wrap;html=1;" vertex="1" parent="1">
          <mxGeometry x="1429.91" y="180" width="160" height="80" as="geometry" />
        </mxCell>
        <mxCell id="TXcI-fBlLuWAS2TPfB02-29" value="Post" style="strokeWidth=2;html=1;shape=mxgraph.flowchart.database;whiteSpace=wrap;" vertex="1" parent="1">
-           <mxGeometry x="1249.91" y="470" width="60" height="60" as="geometry" />
+           <mxGeometry x="1159.91" y="490" width="60" height="60" as="geometry" />
+         </mxCell>
+         <mxCell id="TXcI-fBlLuWAS2TPfB02-50" value="&lt;span style=&quot;white-space: nowrap;&quot;&gt;Unconnected Posts&lt;/span&gt;" style="strokeWidth=2;html=1;shape=mxgraph.flowchart.database;whiteSpace=wrap;" vertex="1" parent="1">
+           <mxGeometry x="1339.91" y="490" width="130" height="80" as="geometry" />
+         </mxCell>
+         <mxCell id="TXcI-fBlLuWAS2TPfB02-55" value="&lt;span style=&quot;color: rgb(0, 0, 0); font-family: Helvetica; font-size: 11px; font-style: normal; font-variant-ligatures: normal; font-variant-caps: normal; font-weight: 400; letter-spacing: normal; orphans: 2; text-align: center; text-indent: 0px; text-transform: none; white-space: nowrap; widows: 2; word-spacing: 0px; -webkit-text-stroke-width: 0px; background-color: rgb(255, 255, 255); text-decoration-thickness: initial; text-decoration-style: initial; text-decoration-color: initial; display: inline !important; float: none;&quot;&gt;회원가입&lt;/span&gt;" style="edgeStyle=orthogonalEdgeStyle;rounded=0;orthogonalLoop=1;jettySize=auto;html=1;" edge="1" parent="1">
+           <mxGeometry x="-0.0893" relative="1" as="geometry">
+             <mxPoint x="1249.91" y="920" as="sourcePoint" />
+             <mxPoint x="1359.91" y="920" as="targetPoint" />
+             <mxPoint as="offset" />
+           </mxGeometry>
+         </mxCell>
+         <mxCell id="TXcI-fBlLuWAS2TPfB02-53" value="Client" style="rounded=1;whiteSpace=wrap;html=1;" vertex="1" parent="1">
+           <mxGeometry x="1129.91" y="900" width="120" height="60" as="geometry" />
+         </mxCell>
+         <mxCell id="TXcI-fBlLuWAS2TPfB02-57" style="edgeStyle=orthogonalEdgeStyle;rounded=0;orthogonalLoop=1;jettySize=auto;html=1;dashed=1;" edge="1" parent="1" source="TXcI-fBlLuWAS2TPfB02-54" target="TXcI-fBlLuWAS2TPfB02-56">
+           <mxGeometry relative="1" as="geometry" />
+         </mxCell>
+         <mxCell id="TXcI-fBlLuWAS2TPfB02-59" value="Status: OK" style="edgeStyle=orthogonalEdgeStyle;rounded=0;orthogonalLoop=1;jettySize=auto;html=1;" edge="1" parent="1">
+           <mxGeometry relative="1" as="geometry">
+             <mxPoint x="1360" y="940" as="sourcePoint" />
+             <mxPoint x="1249.9100000000003" y="940" as="targetPoint" />
+           </mxGeometry>
+         </mxCell>
+         <mxCell id="TXcI-fBlLuWAS2TPfB02-65" value="저장" style="edgeStyle=orthogonalEdgeStyle;rounded=0;orthogonalLoop=1;jettySize=auto;html=1;" edge="1" parent="1" source="TXcI-fBlLuWAS2TPfB02-54" target="TXcI-fBlLuWAS2TPfB02-64">
+           <mxGeometry relative="1" as="geometry" />
+         </mxCell>
+         <mxCell id="TXcI-fBlLuWAS2TPfB02-54" value="Register API" style="rounded=1;whiteSpace=wrap;html=1;" vertex="1" parent="1">
+           <mxGeometry x="1360" y="900" width="120" height="60" as="geometry" />
+         </mxCell>
+         <mxCell id="TXcI-fBlLuWAS2TPfB02-56" value="Register" style="ellipse;whiteSpace=wrap;html=1;" vertex="1" parent="1">
+           <mxGeometry x="1560" y="890" width="120" height="80" as="geometry" />
+         </mxCell>
+         <mxCell id="TXcI-fBlLuWAS2TPfB02-60" value="node-cron" style="rhombus;whiteSpace=wrap;html=1;" vertex="1" parent="1">
+           <mxGeometry x="1770" y="780" width="160" height="80" as="geometry" />
+         </mxCell>
+         <mxCell id="TXcI-fBlLuWAS2TPfB02-61" value="User Queue" style="html=1;shadow=0;dashed=0;align=center;verticalAlign=middle;shape=mxgraph.arrows2.arrow;dy=0;dx=30;notch=30;" vertex="1" parent="1">
+           <mxGeometry x="1624.91" y="980" width="190" height="60" as="geometry" />
+         </mxCell>
+         <mxCell id="TXcI-fBlLuWAS2TPfB02-62" value="성공시 수정" style="edgeStyle=orthogonalEdgeStyle;rounded=0;orthogonalLoop=1;jettySize=auto;html=1;" edge="1" parent="1" target="TXcI-fBlLuWAS2TPfB02-63">
+           <mxGeometry relative="1" as="geometry">
+             <mxPoint x="1600.09" y="970" as="sourcePoint" />
+             <Array as="points">
+               <mxPoint x="1600.09" y="1006" />
+               <mxPoint x="1520.09" y="1006" />
+             </Array>
+           </mxGeometry>
+         </mxCell>
+         <mxCell id="TXcI-fBlLuWAS2TPfB02-63" value="User" style="strokeWidth=2;html=1;shape=mxgraph.flowchart.database;whiteSpace=wrap;" vertex="1" parent="1">
+           <mxGeometry x="1490" y="1041" width="60" height="60" as="geometry" />
+         </mxCell>
+         <mxCell id="TXcI-fBlLuWAS2TPfB02-64" value="User" style="strokeWidth=2;html=1;shape=mxgraph.flowchart.database;whiteSpace=wrap;" vertex="1" parent="1">
+           <mxGeometry x="1389.91" y="780" width="60" height="60" as="geometry" />
        </mxCell>
      </root>
    </mxGraphModel>
  </diagram>
</mxfile>
